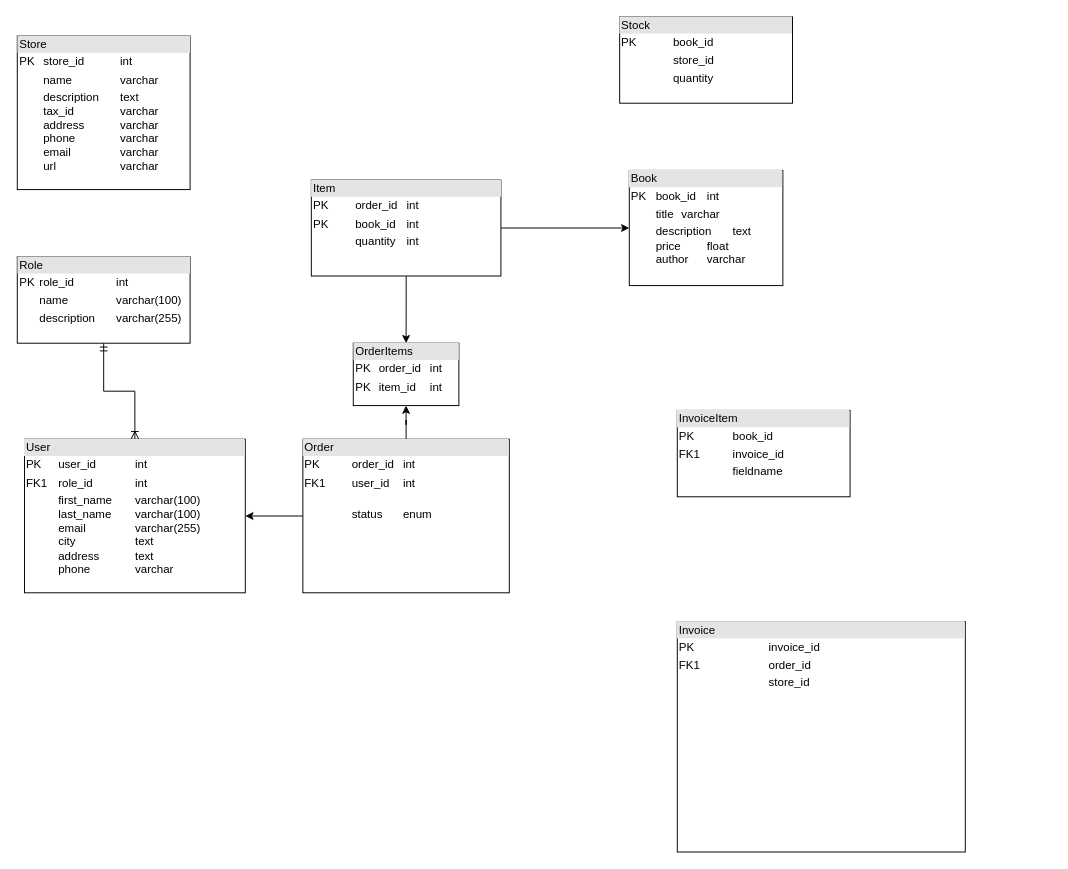
ARGVKW/DB-Bookshop keeps this draw.io diagram as bookshop_db_plan.drawio. Above is the earlier version. Source tidied: cells renumbered, new cells numbered last; positions are measured from the earlier drawing's top-left corner, leaving out a move shared by most shapes. Both pictures are drawn from the tidied source at 96%, with x=0, y=0 at pixel (16, 16).
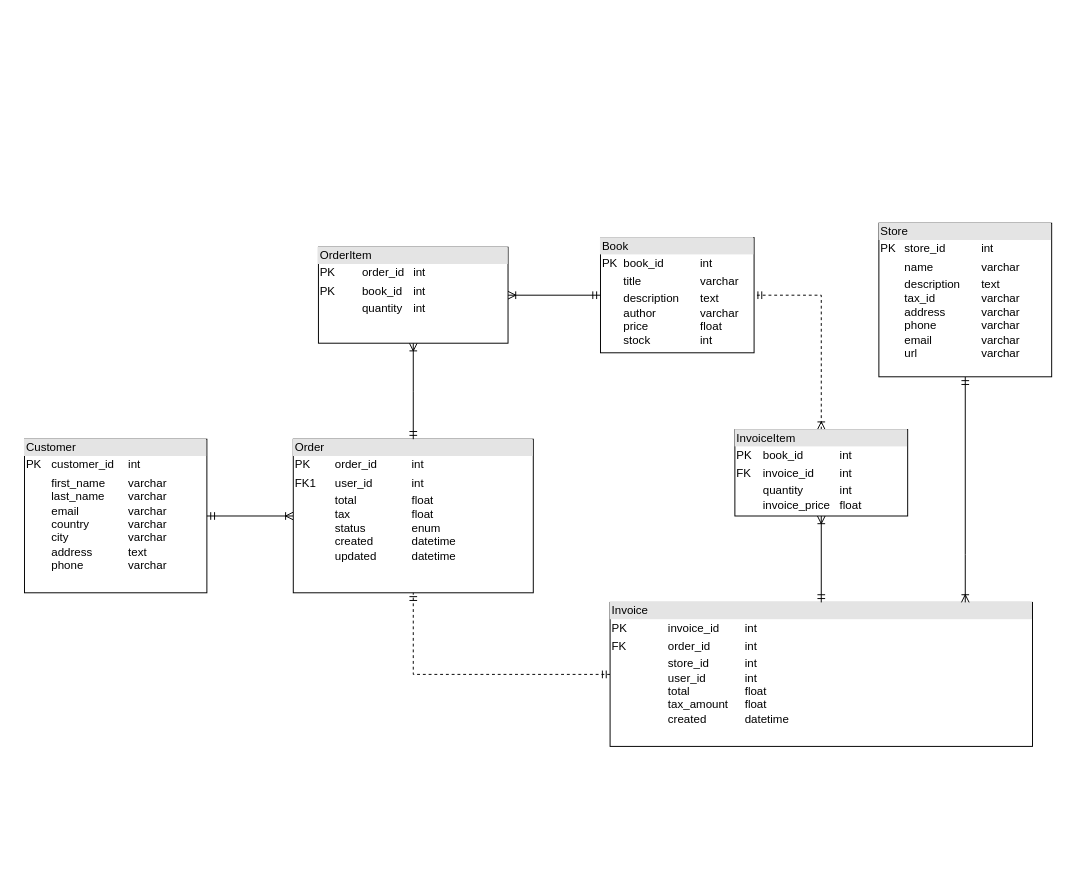
The same diagram, later.

Change to the diagram source:
```diff
@@
 <mxGraphModel>
   <root>
     <mxCell id="0" />
     <mxCell id="1" parent="0" />
-    <mxCell id="2" style="edgeStyle=orthogonalEdgeStyle;rounded=0;jettySize=auto;html=1;startArrow=ERoneToMany;startFill=0;endArrow=ERmandOne;endFill=0;" parent="1" edge="1" source="3" target="4">
-      <mxGeometry relative="1" as="geometry" />
-    </mxCell>
-    <mxCell id="3" value="&lt;div style=&quot;box-sizing:border-box;width:100%;background:#e4e4e4;padding:2px;&quot;&gt;User&lt;/div&gt;&lt;table cellspacing=&quot;0&quot; cellpadding=&quot;2&quot; style=&quot;width:100%;font-size:1em;&quot;&gt;&lt;tbody&gt;&lt;tr&gt;&lt;td&gt;PK&lt;/td&gt;&lt;td&gt;user_id&lt;span style=&quot;white-space: pre;&quot;&gt;&#9;&lt;span style=&quot;white-space: pre;&quot;&gt;&#9;&lt;/span&gt;&lt;/span&gt;int&lt;/td&gt;&lt;/tr&gt;&lt;tr&gt;&lt;td&gt;FK1&lt;/td&gt;&lt;td&gt;role_id&lt;span style=&quot;white-space: pre;&quot;&gt;&#9;&lt;span style=&quot;white-space: pre;&quot;&gt;&#9;&lt;/span&gt;&lt;/span&gt;int&lt;/td&gt;&lt;/tr&gt;&lt;tr&gt;&lt;td&gt;&lt;/td&gt;&lt;td&gt;first_name&lt;span style=&quot;white-space: pre;&quot;&gt;&#9;&lt;/span&gt;varchar(100)&lt;br&gt;last_name&lt;span style=&quot;white-space: pre;&quot;&gt;&#9;&lt;/span&gt;varchar(100)&lt;br&gt;email&lt;span style=&quot;white-space: pre;&quot;&gt;&#9;&lt;/span&gt;&lt;span style=&quot;white-space: pre;&quot;&gt;&#9;&lt;/span&gt;varchar(255)&lt;br&gt;city&lt;span style=&quot;white-space: pre;&quot;&gt;&#9;&lt;/span&gt;&lt;span style=&quot;white-space: pre;&quot;&gt;&#9;&lt;/span&gt;&lt;span style=&quot;white-space: pre;&quot;&gt;&#9;&lt;/span&gt;text&lt;br&gt;address&lt;span style=&quot;white-space: pre;&quot;&gt;&#9;&lt;/span&gt;&lt;span style=&quot;white-space: pre;&quot;&gt;&#9;&lt;/span&gt;text&lt;br&gt;phone&lt;span style=&quot;white-space: pre;&quot;&gt;&#9;&lt;/span&gt;&lt;span style=&quot;white-space: pre;&quot;&gt;&#9;&lt;/span&gt;varchar&lt;br&gt;&lt;br&gt;&lt;/td&gt;&lt;/tr&gt;&lt;/tbody&gt;&lt;/table&gt;" style="verticalAlign=top;align=left;overflow=fill;html=1;rounded=0;shadow=0;comic=0;labelBackgroundColor=none;strokeWidth=1;fontFamily=Helvetica;fontSize=12;" parent="1" vertex="1">
-      <mxGeometry x="8" y="440" width="230" height="160" as="geometry" />
+    <mxCell id="3" value="&lt;div style=&quot;box-sizing:border-box;width:100%;background:#e4e4e4;padding:2px;&quot;&gt;Customer&lt;/div&gt;&lt;table cellspacing=&quot;0&quot; cellpadding=&quot;2&quot; style=&quot;width:100%;font-size:1em;&quot;&gt;&lt;tbody&gt;&lt;tr&gt;&lt;td&gt;PK&lt;/td&gt;&lt;td&gt;customer_id&lt;span style=&quot;white-space: pre;&quot;&gt;&lt;span style=&quot;white-space: pre;&quot;&gt;&#9;&lt;/span&gt;&lt;/span&gt;int&lt;/td&gt;&lt;/tr&gt;&lt;tr&gt;&lt;td&gt;&lt;br&gt;&lt;/td&gt;&lt;td&gt;first_name&lt;span style=&quot;white-space: pre;&quot;&gt;&#9;&lt;/span&gt;varchar&lt;br&gt;last_name&lt;span style=&quot;white-space: pre;&quot;&gt;&#9;&lt;/span&gt;varchar&lt;br&gt;email&lt;span style=&quot;white-space: pre;&quot;&gt;&#9;&lt;/span&gt;&lt;span style=&quot;white-space: pre;&quot;&gt;&#9;&lt;/span&gt;varchar&lt;br&gt;country&lt;span style=&quot;white-space: pre;&quot;&gt;&#9;&lt;/span&gt;&lt;span style=&quot;white-space: pre;&quot;&gt;&#9;&lt;/span&gt;varchar&lt;br&gt;city&lt;span style=&quot;white-space: pre;&quot;&gt;&#9;&lt;/span&gt;&lt;span style=&quot;white-space: pre;&quot;&gt;&#9;&lt;/span&gt;&lt;span style=&quot;white-space: pre;&quot;&gt;&#9;&lt;/span&gt;varchar&lt;br&gt;address&lt;span style=&quot;white-space: pre;&quot;&gt;&#9;&lt;/span&gt;&lt;span style=&quot;white-space: pre;&quot;&gt;&#9;&lt;/span&gt;text&lt;br&gt;phone&lt;span style=&quot;white-space: pre;&quot;&gt;&#9;&lt;/span&gt;&lt;span style=&quot;white-space: pre;&quot;&gt;&#9;&lt;/span&gt;varchar&lt;/td&gt;&lt;/tr&gt;&lt;tr&gt;&lt;td&gt;&lt;/td&gt;&lt;td&gt;&lt;br&gt;&lt;br&gt;&lt;/td&gt;&lt;/tr&gt;&lt;/tbody&gt;&lt;/table&gt;" style="verticalAlign=top;align=left;overflow=fill;html=1;rounded=0;shadow=0;comic=0;labelBackgroundColor=none;strokeWidth=1;fontFamily=Helvetica;fontSize=12;" parent="1" vertex="1">
+      <mxGeometry x="8" y="440" width="190" height="160" as="geometry" />
     </mxCell>
-    <mxCell id="4" value="&lt;div style=&quot;box-sizing:border-box;width:100%;background:#e4e4e4;padding:2px;&quot;&gt;Role&lt;/div&gt;&lt;table style=&quot;width:100%;font-size:1em;&quot; cellpadding=&quot;2&quot; cellspacing=&quot;0&quot;&gt;&lt;tbody&gt;&lt;tr&gt;&lt;td&gt;PK&lt;/td&gt;&lt;td&gt;role_id&lt;span style=&quot;white-space: pre;&quot;&gt;&#9;&lt;/span&gt;&lt;span style=&quot;white-space: pre;&quot;&gt;&#9;&lt;/span&gt;int&lt;/td&gt;&lt;/tr&gt;&lt;tr&gt;&lt;td&gt;&lt;br&gt;&lt;/td&gt;&lt;td&gt;name&lt;span style=&quot;white-space: pre;&quot;&gt;&#9;&lt;/span&gt;&lt;span style=&quot;white-space: pre;&quot;&gt;&#9;&lt;/span&gt;varchar(100)&lt;/td&gt;&lt;/tr&gt;&lt;tr&gt;&lt;td&gt;&lt;/td&gt;&lt;td&gt;description&lt;span style=&quot;white-space: pre;&quot;&gt;&#9;&lt;/span&gt;varchar(255)&lt;br&gt;&lt;/td&gt;&lt;/tr&gt;&lt;/tbody&gt;&lt;/table&gt;" style="verticalAlign=top;align=left;overflow=fill;html=1;whiteSpace=wrap;" parent="1" vertex="1">
-      <mxGeometry x="0.5" y="250" width="180" height="90" as="geometry" />
-    </mxCell>
-    <mxCell id="5" value="&lt;div style=&quot;box-sizing:border-box;width:100%;background:#e4e4e4;padding:2px;&quot;&gt;Book&lt;span style=&quot;white-space: pre;&quot;&gt;&#9;&lt;/span&gt;&lt;/div&gt;&lt;table style=&quot;width:100%;font-size:1em;&quot; cellpadding=&quot;2&quot; cellspacing=&quot;0&quot;&gt;&lt;tbody&gt;&lt;tr&gt;&lt;td&gt;PK&lt;/td&gt;&lt;td&gt;book_id&lt;span style=&quot;white-space: pre;&quot;&gt;&#9;&lt;/span&gt;int&lt;br&gt;&lt;/td&gt;&lt;/tr&gt;&lt;tr&gt;&lt;td&gt;&lt;br&gt;&lt;/td&gt;&lt;td&gt;title&lt;span style=&quot;white-space: pre;&quot;&gt;&#9;&lt;/span&gt;varchar&lt;/td&gt;&lt;/tr&gt;&lt;tr&gt;&lt;td&gt;&lt;/td&gt;&lt;td&gt;description&lt;span style=&quot;white-space: pre;&quot;&gt;&#9;&lt;/span&gt;text&lt;br&gt;price&lt;span style=&quot;white-space: pre;&quot;&gt;&#9;&lt;/span&gt;float&lt;br&gt;author&lt;span style=&quot;white-space: pre;&quot;&gt;&#9;&lt;/span&gt;varchar&lt;br&gt;&lt;/td&gt;&lt;/tr&gt;&lt;/tbody&gt;&lt;/table&gt;" style="verticalAlign=top;align=left;overflow=fill;html=1;whiteSpace=wrap;" parent="1" vertex="1">
-      <mxGeometry x="638" y="160" width="160" height="120" as="geometry" />
+    <mxCell id="5" value="&lt;div style=&quot;box-sizing:border-box;width:100%;background:#e4e4e4;padding:2px;&quot;&gt;Book&lt;span style=&quot;white-space: pre;&quot;&gt;&#9;&lt;/span&gt;&lt;/div&gt;&lt;table style=&quot;width:100%;font-size:1em;&quot; cellpadding=&quot;2&quot; cellspacing=&quot;0&quot;&gt;&lt;tbody&gt;&lt;tr&gt;&lt;td&gt;PK&lt;/td&gt;&lt;td&gt;book_id&lt;span style=&quot;white-space: pre;&quot;&gt;&#9;&lt;span style=&quot;white-space: pre;&quot;&gt;&#9;&lt;/span&gt;&lt;/span&gt;int&lt;br&gt;&lt;/td&gt;&lt;/tr&gt;&lt;tr&gt;&lt;td&gt;&lt;br&gt;&lt;/td&gt;&lt;td&gt;title&lt;span style=&quot;white-space: pre;&quot;&gt;&#9;&lt;span style=&quot;white-space: pre;&quot;&gt;&#9;&lt;/span&gt;&lt;span style=&quot;white-space: pre;&quot;&gt;&#9;&lt;/span&gt;&lt;/span&gt;varchar&lt;/td&gt;&lt;/tr&gt;&lt;tr&gt;&lt;td&gt;&lt;/td&gt;&lt;td&gt;description&lt;span style=&quot;white-space: pre;&quot;&gt;&#9;&lt;/span&gt;text&lt;br&gt;author&lt;span style=&quot;white-space: pre;&quot;&gt;&#9;&lt;/span&gt;&lt;span style=&quot;white-space: pre;&quot;&gt;&#9;&lt;/span&gt;varchar&lt;br&gt;price&lt;span style=&quot;white-space: pre;&quot;&gt;&#9;&lt;span style=&quot;white-space: pre;&quot;&gt;&#9;&lt;/span&gt;&lt;/span&gt;float&lt;br&gt;stock&lt;span style=&quot;white-space: pre;&quot;&gt;&#9;&lt;/span&gt;&lt;span style=&quot;white-space: pre;&quot;&gt;&#9;&lt;/span&gt;int&lt;br&gt;&lt;/td&gt;&lt;/tr&gt;&lt;/tbody&gt;&lt;/table&gt;" style="verticalAlign=top;align=left;overflow=fill;html=1;whiteSpace=wrap;" parent="1" vertex="1">
+      <mxGeometry x="608" y="230" width="160" height="120" as="geometry" />
     </mxCell>
-    <mxCell id="6" style="edgeStyle=orthogonalEdgeStyle;rounded=0;jettySize=auto;html=1;" parent="1" edge="1" source="8" target="9">
-      <mxGeometry relative="1" as="geometry" />
-    </mxCell>
-    <mxCell id="7" style="edgeStyle=orthogonalEdgeStyle;rounded=0;jettySize=auto;html=1;" parent="1" edge="1" source="8" target="3">
+    <mxCell id="7" style="edgeStyle=orthogonalEdgeStyle;rounded=0;jettySize=auto;html=1;startArrow=ERoneToMany;startFill=0;endArrow=ERmandOne;endFill=0;" parent="1" edge="1" source="8" target="3">
       <mxGeometry relative="1" as="geometry" />
     </mxCell>
-    <mxCell id="8" value="&lt;div style=&quot;box-sizing:border-box;width:100%;background:#e4e4e4;padding:2px;&quot;&gt;Order&lt;br&gt;&lt;/div&gt;&lt;table style=&quot;width:100%;font-size:1em;&quot; cellpadding=&quot;2&quot; cellspacing=&quot;0&quot;&gt;&lt;tbody&gt;&lt;tr&gt;&lt;td&gt;PK&lt;/td&gt;&lt;td&gt;order_id&lt;span style=&quot;white-space: pre;&quot;&gt;&#9;&lt;/span&gt;int&lt;span style=&quot;white-space: pre;&quot;&gt;&#9;&lt;/span&gt;&lt;/td&gt;&lt;/tr&gt;&lt;tr&gt;&lt;td&gt;FK1&lt;/td&gt;&lt;td&gt;user_id&lt;span style=&quot;white-space: pre;&quot;&gt;&#9;&lt;/span&gt;int&lt;br&gt;&lt;/td&gt;&lt;/tr&gt;&lt;tr&gt;&lt;td&gt;&lt;br&gt;&lt;br&gt;&lt;/td&gt;&lt;td&gt;&lt;br&gt;status&lt;span style=&quot;white-space: pre;&quot;&gt;&#9;&lt;/span&gt;enum&lt;br&gt;&lt;/td&gt;&lt;/tr&gt;&lt;/tbody&gt;&lt;/table&gt;" style="verticalAlign=top;align=left;overflow=fill;html=1;whiteSpace=wrap;" parent="1" vertex="1">
-      <mxGeometry x="298" y="440" width="215" height="160" as="geometry" />
+    <mxCell id="8" value="&lt;div style=&quot;box-sizing:border-box;width:100%;background:#e4e4e4;padding:2px;&quot;&gt;Order&lt;br&gt;&lt;/div&gt;&lt;table style=&quot;width:100%;font-size:1em;&quot; cellpadding=&quot;2&quot; cellspacing=&quot;0&quot;&gt;&lt;tbody&gt;&lt;tr&gt;&lt;td&gt;PK&lt;/td&gt;&lt;td&gt;order_id&lt;span style=&quot;white-space: pre;&quot;&gt;&#9;&lt;span style=&quot;white-space: pre;&quot;&gt;&#9;&lt;/span&gt;&lt;/span&gt;int&lt;span style=&quot;white-space: pre;&quot;&gt;&#9;&lt;/span&gt;&lt;/td&gt;&lt;/tr&gt;&lt;tr&gt;&lt;td&gt;FK1&lt;/td&gt;&lt;td&gt;user_id&lt;span style=&quot;white-space: pre;&quot;&gt;&#9;&lt;span style=&quot;white-space: pre;&quot;&gt;&#9;&lt;/span&gt;&lt;/span&gt;int&lt;br&gt;&lt;/td&gt;&lt;/tr&gt;&lt;tr&gt;&lt;td&gt;&lt;br&gt;&lt;br&gt;&lt;/td&gt;&lt;td&gt;total&lt;span style=&quot;white-space: pre;&quot;&gt;&#9;&lt;/span&gt;&lt;span style=&quot;white-space: pre;&quot;&gt;&#9;&lt;span style=&quot;white-space: pre;&quot;&gt;&#9;&lt;/span&gt;&lt;/span&gt;float&lt;br&gt;tax&lt;span style=&quot;white-space: pre;&quot;&gt;&#9;&lt;/span&gt;&lt;span style=&quot;white-space: pre;&quot;&gt;&#9;&lt;span style=&quot;white-space: pre;&quot;&gt;&#9;&lt;/span&gt;&lt;/span&gt;float&lt;br&gt;status&lt;span style=&quot;white-space: pre;&quot;&gt;&#9;&lt;span style=&quot;white-space: pre;&quot;&gt;&#9;&lt;/span&gt;&lt;/span&gt;enum&lt;br&gt;created&lt;span style=&quot;white-space: pre;&quot;&gt;&#9;&lt;span style=&quot;white-space: pre;&quot;&gt;&#9;&lt;/span&gt;&lt;/span&gt;datetime&lt;br&gt;updated&lt;span style=&quot;white-space: pre;&quot;&gt;&#9;&lt;span style=&quot;white-space: pre;&quot;&gt;&#9;&lt;/span&gt;&lt;/span&gt;datetime&lt;br&gt;&lt;/td&gt;&lt;/tr&gt;&lt;/tbody&gt;&lt;/table&gt;" style="verticalAlign=top;align=left;overflow=fill;html=1;whiteSpace=wrap;" parent="1" vertex="1">
+      <mxGeometry x="288" y="440" width="250" height="160" as="geometry" />
     </mxCell>
-    <mxCell id="9" value="&lt;div style=&quot;box-sizing:border-box;width:100%;background:#e4e4e4;padding:2px;&quot;&gt;OrderItems&lt;br&gt;&lt;/div&gt;&lt;table style=&quot;width:100%;font-size:1em;&quot; cellpadding=&quot;2&quot; cellspacing=&quot;0&quot;&gt;&lt;tbody&gt;&lt;tr&gt;&lt;td&gt;PK&lt;/td&gt;&lt;td&gt;order_id&lt;span style=&quot;white-space: pre;&quot;&gt;&#9;&lt;/span&gt;int&lt;br&gt;&lt;/td&gt;&lt;/tr&gt;&lt;tr&gt;&lt;td&gt;PK&lt;/td&gt;&lt;td&gt;item_id&lt;span style=&quot;white-space: pre;&quot;&gt;&#9;&lt;/span&gt;int&lt;/td&gt;&lt;/tr&gt;&lt;tr&gt;&lt;td&gt;&lt;/td&gt;&lt;td&gt;&lt;br&gt;&lt;/td&gt;&lt;/tr&gt;&lt;/tbody&gt;&lt;/table&gt;" style="verticalAlign=top;align=left;overflow=fill;html=1;whiteSpace=wrap;" parent="1" vertex="1">
-      <mxGeometry x="350.5" y="340" width="110" height="65" as="geometry" />
-    </mxCell>
-    <mxCell id="10" style="edgeStyle=orthogonalEdgeStyle;rounded=0;jettySize=auto;html=1;" parent="1" edge="1" source="12" target="9">
+    <mxCell id="10" style="edgeStyle=orthogonalEdgeStyle;rounded=0;jettySize=auto;html=1;entryX=0.5;entryY=0;entryDx=0;entryDy=0;startArrow=ERoneToMany;startFill=0;endArrow=ERmandOne;endFill=0;" parent="1" edge="1" source="12" target="8">
       <mxGeometry relative="1" as="geometry" />
     </mxCell>
-    <mxCell id="11" style="edgeStyle=orthogonalEdgeStyle;rounded=0;jettySize=auto;html=1;" parent="1" edge="1" source="12" target="5">
+    <mxCell id="11" style="edgeStyle=orthogonalEdgeStyle;rounded=0;jettySize=auto;html=1;startArrow=ERoneToMany;startFill=0;endArrow=ERmandOne;endFill=0;" parent="1" edge="1" source="12" target="5">
       <mxGeometry relative="1" as="geometry" />
     </mxCell>
-    <mxCell id="12" value="&lt;div style=&quot;box-sizing:border-box;width:100%;background:#e4e4e4;padding:2px;&quot;&gt;Item&lt;/div&gt;&lt;table style=&quot;width:100%;font-size:1em;&quot; cellpadding=&quot;2&quot; cellspacing=&quot;0&quot;&gt;&lt;tbody&gt;&lt;tr&gt;&lt;td&gt;PK&lt;/td&gt;&lt;td&gt;order_id&lt;span style=&quot;white-space: pre;&quot;&gt;&#9;&lt;/span&gt;int&lt;/td&gt;&lt;/tr&gt;&lt;tr&gt;&lt;td&gt;PK&lt;/td&gt;&lt;td&gt;book_id&lt;span style=&quot;white-space: pre;&quot;&gt;&#9;&lt;/span&gt;int&lt;/td&gt;&lt;/tr&gt;&lt;tr&gt;&lt;td&gt;&lt;/td&gt;&lt;td&gt;quantity&lt;span style=&quot;white-space: pre;&quot;&gt;&#9;&lt;/span&gt;int&lt;/td&gt;&lt;/tr&gt;&lt;/tbody&gt;&lt;/table&gt;" style="verticalAlign=top;align=left;overflow=fill;html=1;whiteSpace=wrap;" parent="1" vertex="1">
-      <mxGeometry x="306.8" y="170" width="197.5" height="100" as="geometry" />
+    <mxCell id="12" value="&lt;div style=&quot;box-sizing:border-box;width:100%;background:#e4e4e4;padding:2px;&quot;&gt;OrderItem&lt;/div&gt;&lt;table style=&quot;width:100%;font-size:1em;&quot; cellpadding=&quot;2&quot; cellspacing=&quot;0&quot;&gt;&lt;tbody&gt;&lt;tr&gt;&lt;td&gt;PK&lt;/td&gt;&lt;td&gt;order_id&lt;span style=&quot;white-space: pre;&quot;&gt;&#9;&lt;/span&gt;int&lt;/td&gt;&lt;/tr&gt;&lt;tr&gt;&lt;td&gt;PK&lt;/td&gt;&lt;td&gt;book_id&lt;span style=&quot;white-space: pre;&quot;&gt;&#9;&lt;/span&gt;int&lt;/td&gt;&lt;/tr&gt;&lt;tr&gt;&lt;td&gt;&lt;/td&gt;&lt;td&gt;quantity&lt;span style=&quot;white-space: pre;&quot;&gt;&#9;&lt;/span&gt;int&lt;/td&gt;&lt;/tr&gt;&lt;/tbody&gt;&lt;/table&gt;" style="verticalAlign=top;align=left;overflow=fill;html=1;whiteSpace=wrap;" parent="1" vertex="1">
+      <mxGeometry x="314.2" y="240" width="197.5" height="100" as="geometry" />
     </mxCell>
+    <mxCell id="17" style="edgeStyle=orthogonalEdgeStyle;rounded=0;jettySize=auto;html=1;entryX=0.5;entryY=1;entryDx=0;entryDy=0;startArrow=ERmandOne;startFill=0;endArrow=ERmandOne;endFill=0;dashed=1;" parent="1" edge="1" source="13" target="8">
+      <mxGeometry relative="1" as="geometry" />
+    </mxCell>
-    <mxCell id="13" value="&lt;div style=&quot;box-sizing:border-box;width:100%;background:#e4e4e4;padding:2px;&quot;&gt;Invoice&lt;br&gt;&lt;/div&gt;&lt;table style=&quot;width:100%;font-size:1em;&quot; cellpadding=&quot;2&quot; cellspacing=&quot;0&quot;&gt;&lt;tbody&gt;&lt;tr&gt;&lt;td&gt;PK&lt;/td&gt;&lt;td&gt;invoice_id&lt;/td&gt;&lt;/tr&gt;&lt;tr&gt;&lt;td&gt;FK1&lt;/td&gt;&lt;td&gt;order_id&lt;/td&gt;&lt;/tr&gt;&lt;tr&gt;&lt;td&gt;&lt;/td&gt;&lt;td&gt;store_id&lt;br&gt;&lt;/td&gt;&lt;/tr&gt;&lt;/tbody&gt;&lt;/table&gt;" style="verticalAlign=top;align=left;overflow=fill;html=1;whiteSpace=wrap;" parent="1" vertex="1">
-      <mxGeometry x="688" y="630" width="300" height="240" as="geometry" />
+    <mxCell id="13" value="&lt;div style=&quot;box-sizing:border-box;width:100%;background:#e4e4e4;padding:2px;&quot;&gt;Invoice&lt;br&gt;&lt;/div&gt;&lt;table style=&quot;width:100%;font-size:1em;&quot; cellpadding=&quot;2&quot; cellspacing=&quot;0&quot;&gt;&lt;tbody&gt;&lt;tr&gt;&lt;td&gt;PK&lt;/td&gt;&lt;td&gt;invoice_id&lt;span style=&quot;white-space: pre;&quot;&gt;&#9;&lt;/span&gt;int&lt;/td&gt;&lt;/tr&gt;&lt;tr&gt;&lt;td&gt;FK&lt;/td&gt;&lt;td&gt;order_id&lt;span style=&quot;white-space: pre;&quot;&gt;&#9;&lt;/span&gt;&lt;span style=&quot;white-space: pre;&quot;&gt;&#9;&lt;/span&gt;int&lt;/td&gt;&lt;/tr&gt;&lt;tr&gt;&lt;td&gt;&lt;/td&gt;&lt;td&gt;store_id&lt;span style=&quot;white-space: pre;&quot;&gt;&#9;&lt;/span&gt;&lt;span style=&quot;white-space: pre;&quot;&gt;&#9;&lt;/span&gt;int&lt;br&gt;user_id&lt;span style=&quot;white-space: pre;&quot;&gt;&#9;&lt;/span&gt;&lt;span style=&quot;white-space: pre;&quot;&gt;&#9;&lt;/span&gt;int&lt;br&gt;total&lt;span style=&quot;white-space: pre;&quot;&gt;&#9;&lt;/span&gt;&lt;span style=&quot;white-space: pre;&quot;&gt;&#9;&lt;/span&gt;&lt;span style=&quot;white-space: pre;&quot;&gt;&#9;&lt;/span&gt;float&lt;br&gt;tax_amount&lt;span style=&quot;white-space: pre;&quot;&gt;&#9;&lt;/span&gt;float&lt;br&gt;created&lt;span style=&quot;white-space: pre;&quot;&gt;&#9;&lt;/span&gt;&lt;span style=&quot;white-space: pre;&quot;&gt;&#9;&lt;/span&gt;datetime&lt;br&gt;&lt;/td&gt;&lt;/tr&gt;&lt;/tbody&gt;&lt;/table&gt;" style="verticalAlign=top;align=left;overflow=fill;html=1;whiteSpace=wrap;" parent="1" vertex="1">
+      <mxGeometry x="618" y="610" width="440" height="150" as="geometry" />
     </mxCell>
-    <mxCell id="14" value="&lt;div style=&quot;box-sizing:border-box;width:100%;background:#e4e4e4;padding:2px;&quot;&gt;Stock&lt;br&gt;&lt;/div&gt;&lt;table style=&quot;width:100%;font-size:1em;&quot; cellpadding=&quot;2&quot; cellspacing=&quot;0&quot;&gt;&lt;tbody&gt;&lt;tr&gt;&lt;td&gt;PK&lt;/td&gt;&lt;td&gt;book_id&lt;/td&gt;&lt;/tr&gt;&lt;tr&gt;&lt;td&gt;&lt;br&gt;&lt;/td&gt;&lt;td&gt;store_id&lt;br&gt;&lt;/td&gt;&lt;/tr&gt;&lt;tr&gt;&lt;td&gt;&lt;/td&gt;&lt;td&gt;quantity&lt;br&gt;&lt;/td&gt;&lt;/tr&gt;&lt;/tbody&gt;&lt;/table&gt;" style="verticalAlign=top;align=left;overflow=fill;html=1;whiteSpace=wrap;" parent="1" vertex="1">
-      <mxGeometry x="628" width="180" height="90" as="geometry" />
-    </mxCell>
+    <mxCell id="18" style="edgeStyle=orthogonalEdgeStyle;rounded=0;jettySize=auto;html=1;startArrow=ERoneToMany;startFill=0;endArrow=ERmandOne;endFill=0;" parent="1" edge="1" source="15" target="13">
+      <mxGeometry relative="1" as="geometry" />
+    </mxCell>
+    <mxCell id="19" style="edgeStyle=orthogonalEdgeStyle;rounded=0;jettySize=auto;html=1;entryX=1;entryY=0.5;entryDx=0;entryDy=0;endArrow=ERmandOne;endFill=0;startArrow=ERoneToMany;startFill=0;dashed=1;" parent="1" edge="1" source="15" target="5">
+      <mxGeometry relative="1" as="geometry" />
+    </mxCell>
-    <mxCell id="15" value="&lt;div style=&quot;box-sizing:border-box;width:100%;background:#e4e4e4;padding:2px;&quot;&gt;InvoiceItem&lt;br&gt;&lt;/div&gt;&lt;table style=&quot;width:100%;font-size:1em;&quot; cellpadding=&quot;2&quot; cellspacing=&quot;0&quot;&gt;&lt;tbody&gt;&lt;tr&gt;&lt;td&gt;PK&lt;/td&gt;&lt;td&gt;book_id&lt;/td&gt;&lt;/tr&gt;&lt;tr&gt;&lt;td&gt;FK1&lt;/td&gt;&lt;td&gt;invoice_id&lt;/td&gt;&lt;/tr&gt;&lt;tr&gt;&lt;td&gt;&lt;/td&gt;&lt;td&gt;fieldname&lt;/td&gt;&lt;/tr&gt;&lt;/tbody&gt;&lt;/table&gt;" style="verticalAlign=top;align=left;overflow=fill;html=1;whiteSpace=wrap;" parent="1" vertex="1">
-      <mxGeometry x="688" y="410" width="180" height="90" as="geometry" />
+    <mxCell id="15" value="&lt;div style=&quot;box-sizing:border-box;width:100%;background:#e4e4e4;padding:2px;&quot;&gt;InvoiceItem&lt;br&gt;&lt;/div&gt;&lt;table style=&quot;width:100%;font-size:1em;&quot; cellpadding=&quot;2&quot; cellspacing=&quot;0&quot;&gt;&lt;tbody&gt;&lt;tr&gt;&lt;td&gt;PK&lt;/td&gt;&lt;td&gt;book_id&lt;span style=&quot;white-space: pre;&quot;&gt;&#9;&lt;/span&gt;&lt;span style=&quot;white-space: pre;&quot;&gt;&#9;&lt;/span&gt;int&lt;span style=&quot;white-space: pre;&quot;&gt;&#9;&lt;/span&gt;&lt;/td&gt;&lt;/tr&gt;&lt;tr&gt;&lt;td&gt;FK&lt;/td&gt;&lt;td&gt;invoice_id&lt;span style=&quot;white-space: pre;&quot;&gt;&#9;&lt;/span&gt;int&lt;/td&gt;&lt;/tr&gt;&lt;tr&gt;&lt;td&gt;&lt;/td&gt;&lt;td&gt;quantity&lt;span style=&quot;white-space: pre;&quot;&gt;&#9;&lt;/span&gt;&lt;span style=&quot;white-space: pre;&quot;&gt;&#9;&lt;/span&gt;int&lt;br&gt;invoice_price&lt;span style=&quot;white-space: pre;&quot;&gt;&#9;&lt;/span&gt;float&lt;br&gt;&lt;/td&gt;&lt;/tr&gt;&lt;/tbody&gt;&lt;/table&gt;" style="verticalAlign=top;align=left;overflow=fill;html=1;whiteSpace=wrap;" parent="1" vertex="1">
+      <mxGeometry x="748" y="430" width="180" height="90" as="geometry" />
     </mxCell>
+    <mxCell id="20" style="edgeStyle=orthogonalEdgeStyle;rounded=0;jettySize=auto;html=1;endArrow=ERoneToMany;endFill=0;startArrow=ERmandOne;startFill=0;" parent="1" edge="1" source="16" target="13">
+      <mxGeometry relative="1" as="geometry">
+        <Array as="points">
+          <mxPoint x="988" y="560" />
+          <mxPoint x="988" y="560" />
+        </Array>
+      </mxGeometry>
+    </mxCell>
     <mxCell id="16" value="&lt;div style=&quot;box-sizing:border-box;width:100%;background:#e4e4e4;padding:2px;&quot;&gt;Store&lt;br&gt;&lt;/div&gt;&lt;table style=&quot;width:100%;font-size:1em;&quot; cellpadding=&quot;2&quot; cellspacing=&quot;0&quot;&gt;&lt;tbody&gt;&lt;tr&gt;&lt;td&gt;PK&lt;/td&gt;&lt;td&gt;store_id&lt;span style=&quot;white-space: pre;&quot;&gt;&#9;&lt;/span&gt;&lt;span style=&quot;white-space: pre;&quot;&gt;&#9;&lt;/span&gt;int&lt;br&gt;&lt;/td&gt;&lt;/tr&gt;&lt;tr&gt;&lt;td&gt;&lt;br&gt;&lt;/td&gt;&lt;td&gt;name&lt;span style=&quot;white-space: pre;&quot;&gt;&#9;&lt;span style=&quot;white-space: pre;&quot;&gt;&#9;&lt;/span&gt;&lt;/span&gt;varchar&lt;/td&gt;&lt;/tr&gt;&lt;tr&gt;&lt;td&gt;&lt;/td&gt;&lt;td&gt;description&lt;span style=&quot;white-space: pre;&quot;&gt;&#9;&lt;/span&gt;text&lt;br&gt;tax_id&lt;span style=&quot;white-space: pre;&quot;&gt;&#9;&lt;/span&gt;&lt;span style=&quot;white-space: pre;&quot;&gt;&#9;&lt;/span&gt;varchar&lt;br&gt;address&lt;span style=&quot;white-space: pre;&quot;&gt;&#9;&lt;/span&gt;&lt;span style=&quot;white-space: pre;&quot;&gt;&#9;&lt;/span&gt;varchar&lt;br&gt;phone&lt;span style=&quot;white-space: pre;&quot;&gt;&#9;&lt;/span&gt;&lt;span style=&quot;white-space: pre;&quot;&gt;&#9;&lt;/span&gt;varchar&lt;br&gt;email&lt;span style=&quot;white-space: pre;&quot;&gt;&#9;&lt;/span&gt;&lt;span style=&quot;white-space: pre;&quot;&gt;&#9;&lt;/span&gt;varchar&lt;br&gt;url&lt;span style=&quot;white-space: pre;&quot;&gt;&#9;&lt;/span&gt;&lt;span style=&quot;white-space: pre;&quot;&gt;&#9;&lt;/span&gt;&lt;span style=&quot;white-space: pre;&quot;&gt;&#9;&lt;/span&gt;varchar&lt;br&gt;&lt;/td&gt;&lt;/tr&gt;&lt;/tbody&gt;&lt;/table&gt;" style="verticalAlign=top;align=left;overflow=fill;html=1;whiteSpace=wrap;" parent="1" vertex="1">
-      <mxGeometry x="0.5" y="20" width="180" height="160" as="geometry" />
+      <mxGeometry x="898" y="215" width="180" height="160" as="geometry" />
     </mxCell>
   </root>
 </mxGraphModel>
```
